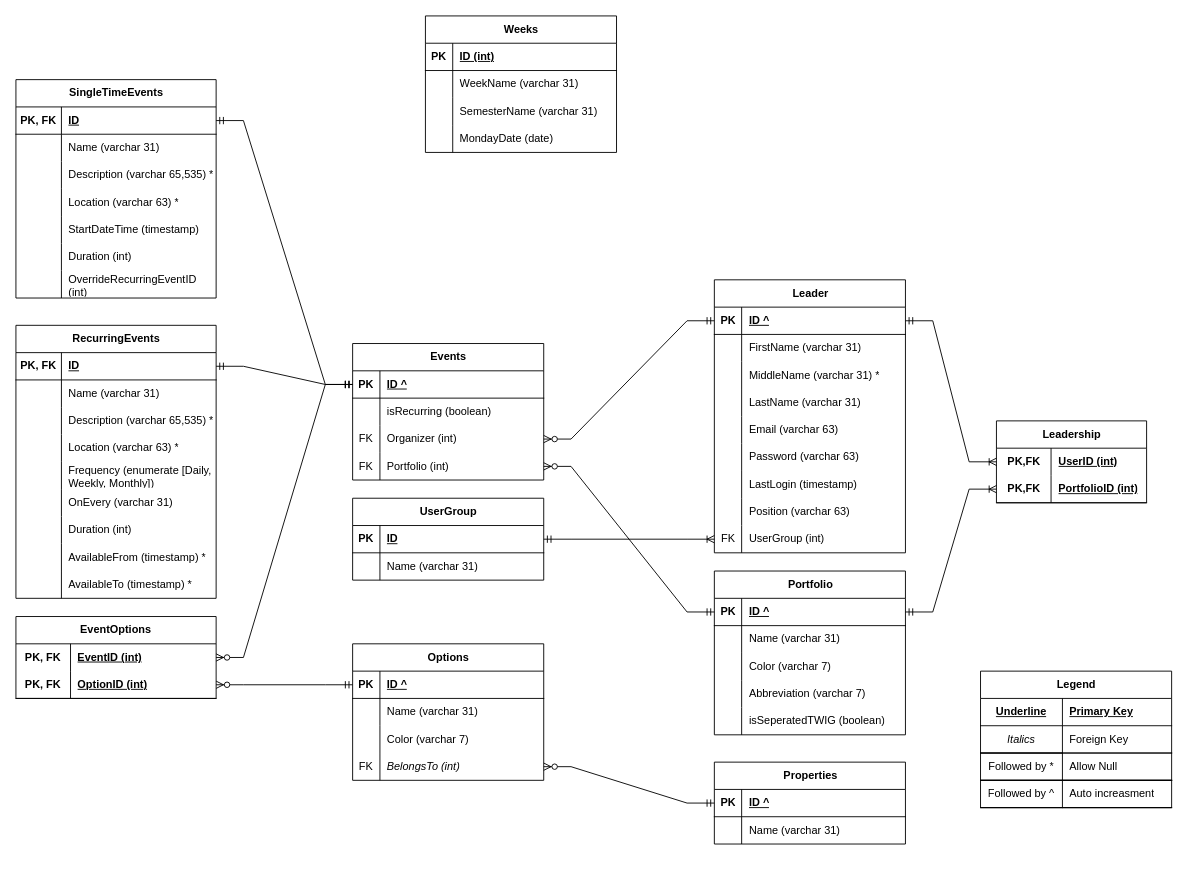
Before: design/eTWIG.ER.drawio in stewebb/eTWIG, a draw.io diagram. Source tidied: cells renumbered, new cells numbered last; positions are measured from the earlier drawing's top-left corner, leaving out a move shared by most shapes. Both pictures are drawn from the tidied source at 91%, with x=0, y=0 at pixel (15, 15).
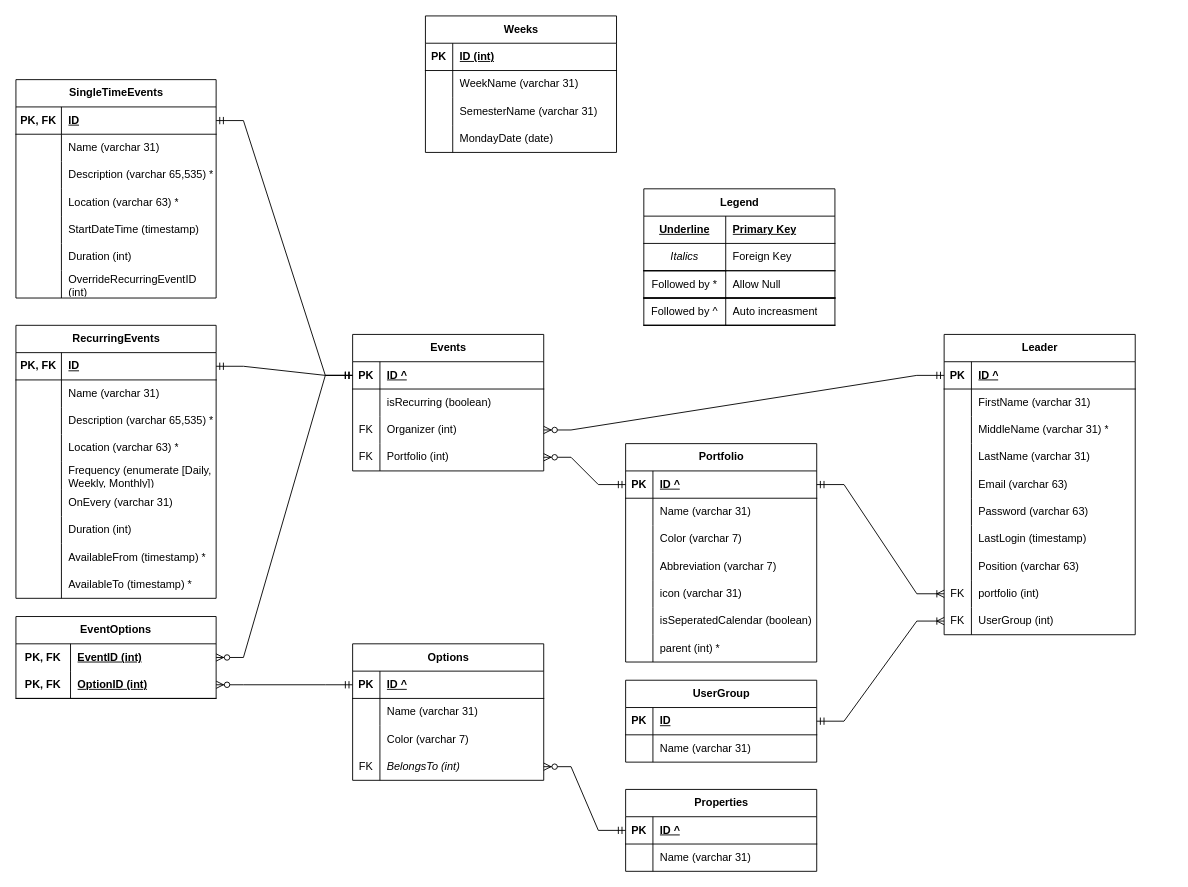
The same diagram, later.

Unchanged cells that the change refers to:
```xml
<mxCell id="16" style="shape=tableRow;horizontal=0;startSize=0;swimlaneHead=0;swimlaneBody=0;fillColor=none;points=[[0,0.5],[1,0.5]];portConstraint=eastwest;top=0;left=0;right=0;bottom=1;" parent="15" vertex="1">
  <mxGeometry y="30" width="210" height="30" as="geometry" />
</mxCell>
<mxCell id="54" style="shape=tableRow;horizontal=0;startSize=0;swimlaneHead=0;swimlaneBody=0;fillColor=none;points=[[0,0.5],[1,0.5]];portConstraint=eastwest;top=0;left=0;right=0;bottom=1;" parent="53" vertex="1">
  <mxGeometry y="30" width="210" height="30" as="geometry" />
</mxCell>
```

Diff of the diagram source:
```diff
@@
     <mxCell id="15" value="Portfolio" style="shape=table;startSize=30;childLayout=tableLayout;rowLines=0;fontStyle=1;align=center;html=1;" parent="1" vertex="1">
-      <mxGeometry x="767.5" y="610" width="210" height="180" as="geometry" />
+      <mxGeometry x="670" y="470" width="210" height="240" as="geometry" />
     </mxCell>
@@
+    <mxCell id="186" style="shape=tableRow;horizontal=0;startSize=0;swimlaneHead=0;swimlaneBody=0;fillColor=none;top=0;left=0;right=0;bottom=0;" parent="15" vertex="1">
+      <mxGeometry y="150" width="210" height="30" as="geometry" />
+    </mxCell>
+    <mxCell id="187" style="shape=partialRectangle;fillColor=none;top=0;left=0;bottom=0;right=0;overflow=hidden;whiteSpace=wrap;html=1;" parent="186" vertex="1">
+      <mxGeometry width="30" height="30" as="geometry" />
+    </mxCell>
+    <mxCell id="188" value="icon (varchar 31)" style="shape=partialRectangle;fillColor=none;top=0;left=0;bottom=0;right=0;align=left;spacingLeft=6;overflow=hidden;whiteSpace=wrap;html=1;" parent="186" vertex="1">
+      <mxGeometry x="30" width="180" height="30" as="geometry" />
+    </mxCell>
     <mxCell id="28" style="shape=tableRow;horizontal=0;startSize=0;swimlaneHead=0;swimlaneBody=0;fillColor=none;top=0;left=0;right=0;bottom=0;" parent="15" vertex="1">
-      <mxGeometry y="150" width="210" height="30" as="geometry" />
+      <mxGeometry y="180" width="210" height="30" as="geometry" />
     </mxCell>
@@
-    <mxCell id="30" value="isSeperatedTWIG (boolean)" style="shape=partialRectangle;fillColor=none;top=0;left=0;bottom=0;right=0;align=left;spacingLeft=6;overflow=hidden;whiteSpace=wrap;html=1;" parent="28" vertex="1">
+    <mxCell id="30" value="isSeperatedCalendar (boolean)" style="shape=partialRectangle;fillColor=none;top=0;left=0;bottom=0;right=0;align=left;spacingLeft=6;overflow=hidden;whiteSpace=wrap;html=1;" parent="28" vertex="1">
       <mxGeometry x="30" width="180" height="30" as="geometry" />
     </mxCell>
+    <mxCell id="189" style="shape=tableRow;horizontal=0;startSize=0;swimlaneHead=0;swimlaneBody=0;fillColor=none;top=0;left=0;right=0;bottom=0;" parent="15" vertex="1">
+      <mxGeometry y="210" width="210" height="30" as="geometry" />
+    </mxCell>
+    <mxCell id="190" style="shape=partialRectangle;fillColor=none;top=0;left=0;bottom=0;right=0;overflow=hidden;whiteSpace=wrap;html=1;" parent="189" vertex="1">
+      <mxGeometry width="30" height="30" as="geometry" />
+    </mxCell>
+    <mxCell id="191" value="parent (int) *" style="shape=partialRectangle;fillColor=none;top=0;left=0;bottom=0;right=0;align=left;spacingLeft=6;overflow=hidden;whiteSpace=wrap;html=1;" parent="189" vertex="1">
+      <mxGeometry x="30" width="180" height="30" as="geometry" />
+    </mxCell>
     <mxCell id="31" value="Legend" style="shape=table;startSize=30;childLayout=tableLayout;rowLines=0;fontStyle=1;align=center;html=1;swimlaneLine=1;" parent="1" vertex="1">
-      <mxGeometry x="1060" y="720" width="210" height="150" as="geometry" />
+      <mxGeometry x="690" y="190" width="210" height="150" as="geometry" />
     </mxCell>
@@
-    <mxCell id="44" value="Leadership" style="shape=table;startSize=30;childLayout=tableLayout;rowLines=0;fontStyle=1;align=center;html=1;whiteSpace=wrap;" parent="1" vertex="1">
-      <mxGeometry x="1077.5" y="445" width="165" height="90" as="geometry" />
-    </mxCell>
-    <mxCell id="45" style="shape=tableRow;horizontal=0;startSize=0;swimlaneHead=0;swimlaneBody=0;fillColor=none;points=[[0,0.5],[1,0.5]];portConstraint=eastwest;top=0;left=0;right=0;bottom=0;html=1;" parent="44" vertex="1">
-      <mxGeometry y="30" width="165" height="30" as="geometry" />
-    </mxCell>
-    <mxCell id="46" value="PK,FK" style="shape=partialRectangle;fillColor=none;top=0;left=0;bottom=0;right=0;fontStyle=1;overflow=hidden;html=1;whiteSpace=wrap;" parent="45" vertex="1">
-      <mxGeometry width="60" height="30" as="geometry" />
-    </mxCell>
-    <mxCell id="47" value="UserID (int)" style="shape=partialRectangle;fillColor=none;top=0;left=0;bottom=0;right=0;align=left;spacingLeft=6;fontStyle=5;overflow=hidden;html=1;whiteSpace=wrap;" parent="45" vertex="1">
-      <mxGeometry x="60" width="105" height="30" as="geometry" />
-    </mxCell>
-    <mxCell id="48" style="shape=tableRow;horizontal=0;startSize=0;swimlaneHead=0;swimlaneBody=0;fillColor=none;points=[[0,0.5],[1,0.5]];portConstraint=eastwest;top=0;left=0;right=0;bottom=1;html=1;" parent="44" vertex="1">
-      <mxGeometry y="60" width="165" height="30" as="geometry" />
-    </mxCell>
-    <mxCell id="49" value="PK,FK" style="shape=partialRectangle;fillColor=none;top=0;left=0;bottom=0;right=0;fontStyle=1;overflow=hidden;html=1;whiteSpace=wrap;" parent="48" vertex="1">
-      <mxGeometry width="60" height="30" as="geometry" />
-    </mxCell>
-    <mxCell id="50" value="PortfolioID (int)" style="shape=partialRectangle;fillColor=none;top=0;left=0;bottom=0;right=0;align=left;spacingLeft=6;fontStyle=5;overflow=hidden;html=1;whiteSpace=wrap;" parent="48" vertex="1">
-      <mxGeometry x="60" width="105" height="30" as="geometry" />
-    </mxCell>
-    <mxCell id="51" style="edgeStyle=entityRelationEdgeStyle;fontSize=12;html=1;endArrow=ERoneToMany;startArrow=ERmandOne;rounded=0;exitX=1;exitY=0.25;exitDx=0;exitDy=0;entryX=0;entryY=0.5;entryDx=0;entryDy=0;" parent="1" edge="1" source="15" target="48">
-      <mxGeometry relative="1" as="geometry">
-        <Array as="points">
-          <mxPoint x="1037.5" y="700" />
-          <mxPoint x="1087.5" y="680" />
-        </Array>
-      </mxGeometry>
-    </mxCell>
-    <mxCell id="52" style="edgeStyle=entityRelationEdgeStyle;fontSize=12;html=1;endArrow=ERoneToMany;startArrow=ERmandOne;rounded=0;entryX=0;entryY=0.5;entryDx=0;entryDy=0;exitX=1;exitY=0.5;exitDx=0;exitDy=0;" parent="1" edge="1" source="54" target="45">
-      <mxGeometry relative="1" as="geometry">
-        <Array as="points">
-          <mxPoint x="1037.5" y="410" />
-          <mxPoint x="1087.5" y="430" />
-          <mxPoint x="1067.5" y="520" />
-          <mxPoint x="1067.5" y="570" />
-        </Array>
-      </mxGeometry>
-    </mxCell>
     <mxCell id="53" value="Leader" style="shape=table;startSize=30;childLayout=tableLayout;rowLines=0;fontStyle=1;align=center;html=1;" parent="1" vertex="1">
-      <mxGeometry x="767.5" y="290" width="210" height="300" as="geometry" />
+      <mxGeometry x="1020" y="350" width="210" height="330" as="geometry" />
     </mxCell>
@@
+    <mxCell id="192" style="shape=tableRow;horizontal=0;startSize=0;swimlaneHead=0;swimlaneBody=0;fillColor=none;points=[[0,0.5],[1,0.5]];portConstraint=eastwest;top=0;left=0;right=0;bottom=0;" parent="53" vertex="1">
+      <mxGeometry y="270" width="210" height="30" as="geometry" />
+    </mxCell>
+    <mxCell id="193" value="FK" style="shape=partialRectangle;fillColor=none;top=0;left=0;bottom=0;right=0;overflow=hidden;whiteSpace=wrap;html=1;" parent="192" vertex="1">
+      <mxGeometry width="30" height="30" as="geometry" />
+    </mxCell>
+    <mxCell id="194" value="portfolio (int)" style="shape=partialRectangle;fillColor=none;top=0;left=0;bottom=0;right=0;align=left;spacingLeft=6;overflow=hidden;whiteSpace=wrap;html=1;" parent="192" vertex="1">
+      <mxGeometry x="30" width="180" height="30" as="geometry" />
+    </mxCell>
     <mxCell id="78" style="shape=tableRow;horizontal=0;startSize=0;swimlaneHead=0;swimlaneBody=0;fillColor=none;points=[[0,0.5],[1,0.5]];portConstraint=eastwest;top=0;left=0;right=0;bottom=0;" parent="53" vertex="1">
-      <mxGeometry y="270" width="210" height="30" as="geometry" />
+      <mxGeometry y="300" width="210" height="30" as="geometry" />
     </mxCell>
@@
     <mxCell id="81" value="UserGroup" style="shape=table;startSize=30;childLayout=tableLayout;rowLines=0;fontStyle=1;align=center;html=1;" parent="1" vertex="1">
-      <mxGeometry x="370" y="530" width="210" height="90" as="geometry" />
+      <mxGeometry x="670" y="730" width="210" height="90" as="geometry" />
     </mxCell>
@@
     <mxCell id="141" value="Properties" style="shape=table;startSize=30;childLayout=tableLayout;rowLines=0;fontStyle=1;align=center;html=1;" parent="1" vertex="1">
-      <mxGeometry x="767.5" y="820" width="210" height="90" as="geometry" />
+      <mxGeometry x="670" y="850" width="210" height="90" as="geometry" />
     </mxCell>
@@
     <mxCell id="169" value="Events" style="shape=table;startSize=30;childLayout=tableLayout;rowLines=0;fontStyle=1;align=center;html=1;" parent="1" vertex="1">
-      <mxGeometry x="370" y="360" width="210" height="150" as="geometry" />
+      <mxGeometry x="370" y="350" width="210" height="150" as="geometry" />
     </mxCell>
@@
+    <mxCell id="195" style="edgeStyle=entityRelationEdgeStyle;fontSize=12;html=1;endArrow=ERoneToMany;startArrow=ERmandOne;rounded=0;exitX=1;exitY=0.5;exitDx=0;exitDy=0;entryX=0;entryY=0.5;entryDx=0;entryDy=0;" parent="1" edge="1" source="16" target="192">
+      <mxGeometry relative="1" as="geometry" />
+    </mxCell>
```
